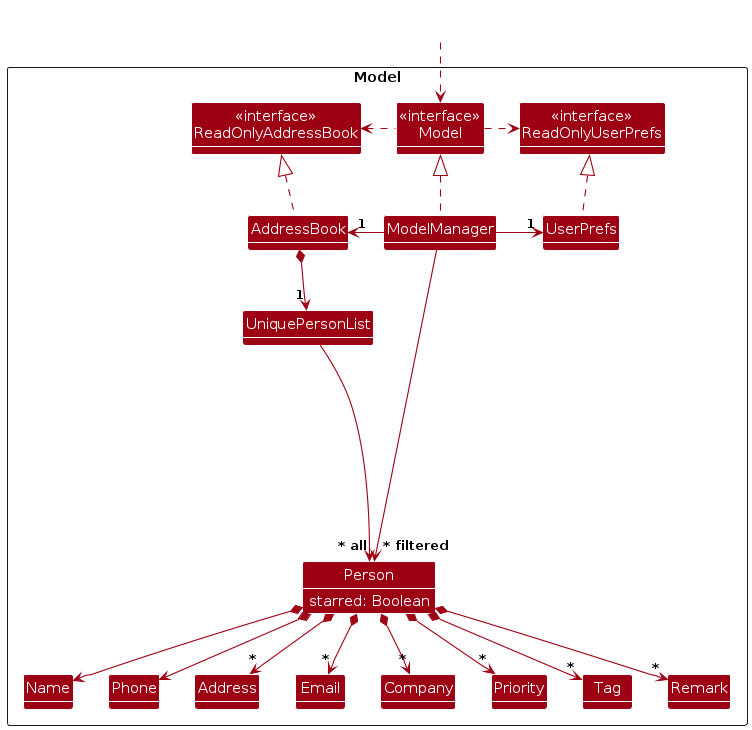
AY2324S2-CS2103T-F14-4/tp keeps this PlantUML diagram as diagrams/ModelClassDiagram.png. Above is the earlier version. Its source is kept beside it as diagrams/ModelClassDiagram.puml.
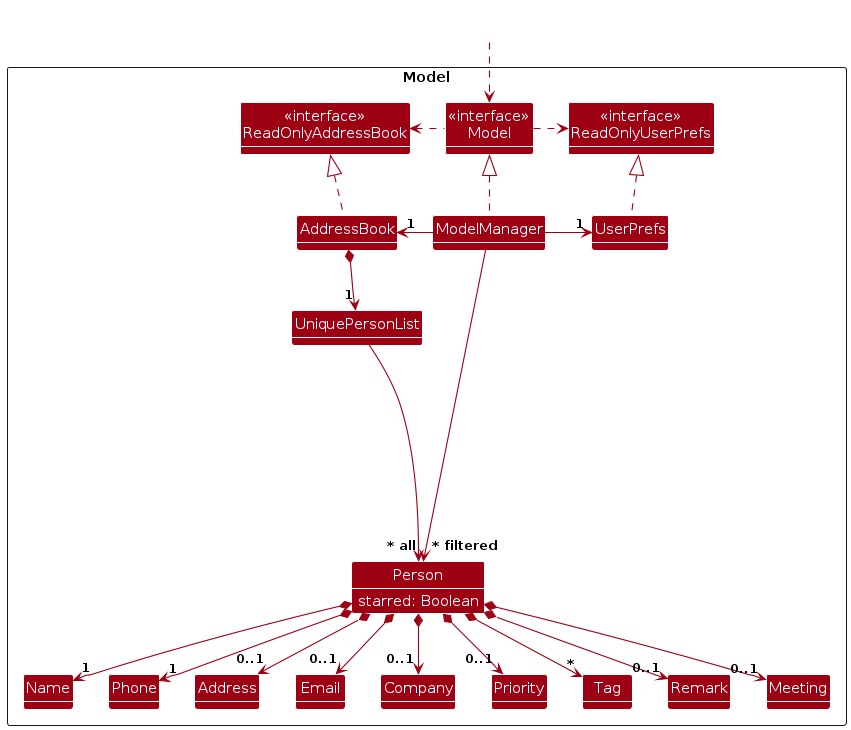
After the change.

Diff of the diagram source:
```diff
@@ -22,6 +22,7 @@
 Class Priority
 Class Tag
 Class Remark
+Class Meeting
 
 Class I #FFFFFF
 }
@@ -40,14 +41,15 @@
 
 AddressBook *--> "1" UniquePersonList
 UniquePersonList ----> "~* all" Person
-Person *--> Name
-Person *--> Phone
-Person *--> "*" Email
-Person *--> "*" Address
-Person *--> "*" Company
-Person *--> "*" Priority
+Person *--> "1" Name
+Person *--> "1" Phone
+Person *--> "0..1" Email
+Person *--> "0..1" Address
+Person *--> "0..1" Company
+Person *--> "0..1" Priority
 Person *--> "*" Tag
-Person *--> "*" Remark
+Person *--> "0..1" Remark
+Person *--> "0..1" Meeting
 
 Person : starred: Boolean
 
```
